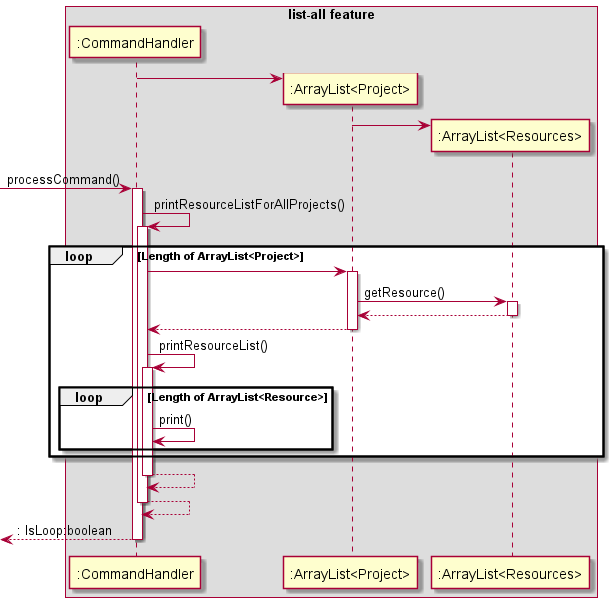
Earlier version of the PlantUML export docs/puml_img/list-allfinal.png (s-t-e-f/tp).
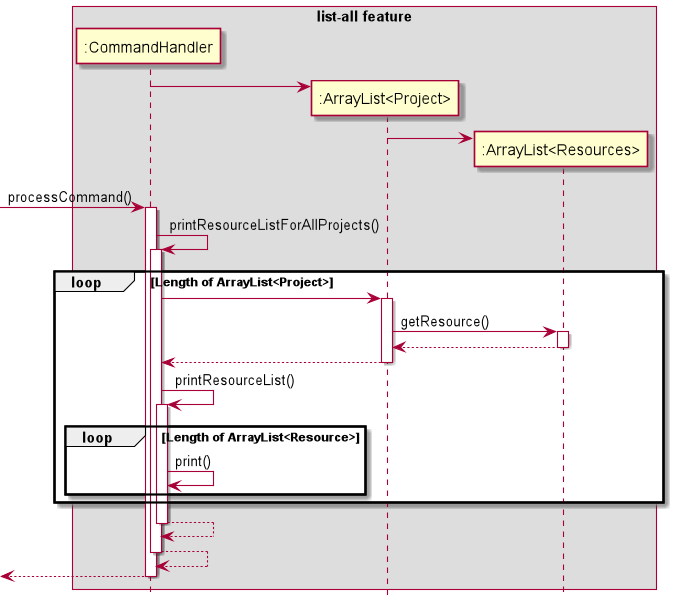
Above is the later version.

Commit message:
Remove break blocks and replace them with return arrows and remove participants labels at the bottom.

The edit, as a diff of the source:
```diff
@@ -1,5 +1,5 @@
 @startuml
-
+hide footbox
 box list-all feature
 participant ":CommandHandler" as CH
 participant ":ArrayList<Project>" as PA
@@ -35,6 +35,6 @@
 return
 return
 
-return: IsLoop:boolean
+return
 
 @enduml
```
